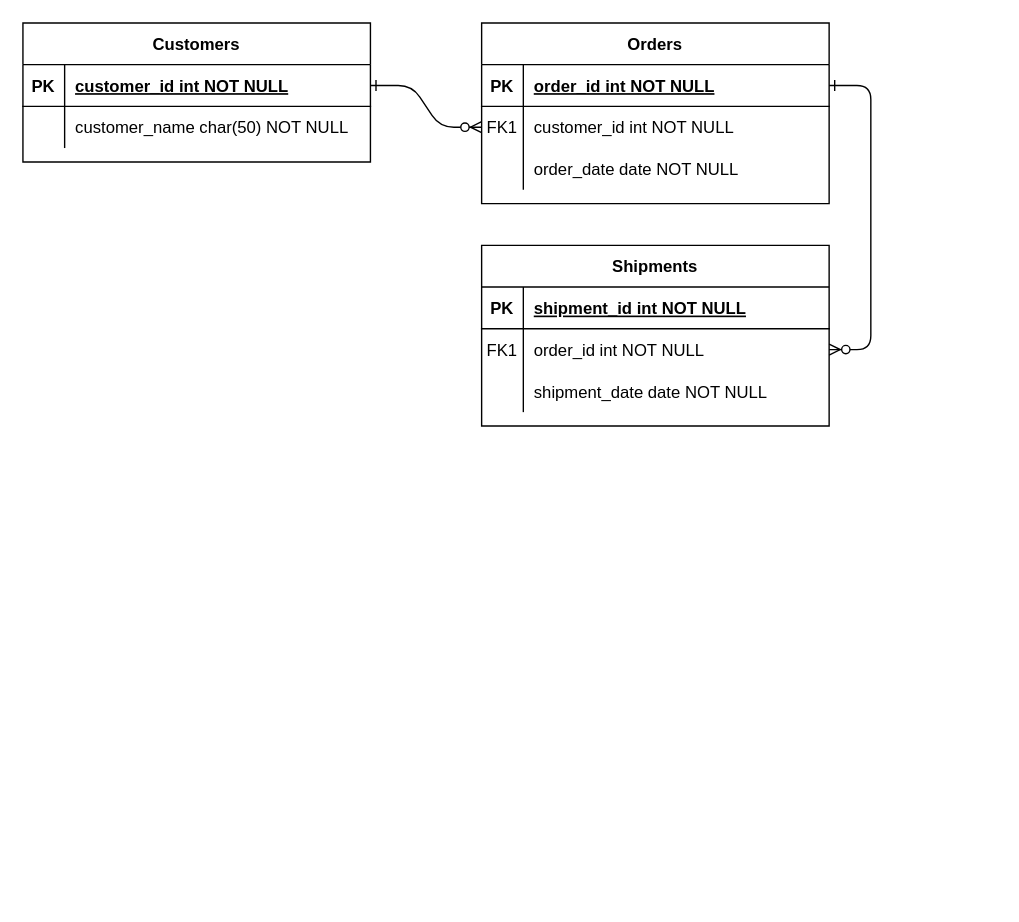
Before: edulog.drawio in kileldylan/Alx_DjangoLearnLab, a draw.io diagram. Source tidied: cells renumbered, new cells numbered last; positions are measured from the earlier drawing's top-left corner, leaving out a move shared by most shapes. Both pictures are drawn from the tidied source at 139%, with x=0, y=0 at pixel (22, 22).
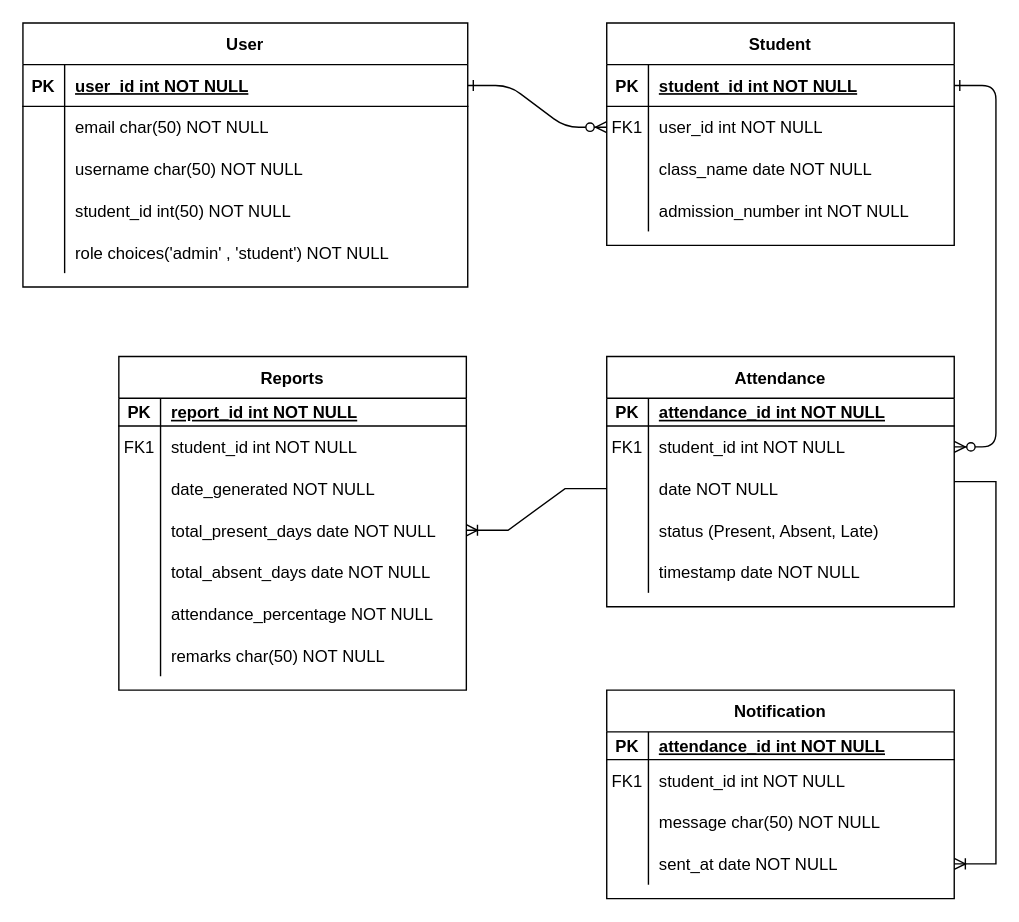
The same diagram, later.

Unchanged cells that the change refers to:
```xml
<mxCell id="5" style="shape=partialRectangle;fillColor=none;points=[[0,0.5],[1,0.5]];portConstraint=eastwest;top=0;left=0;right=0;bottom=1;" parent="4" vertex="1">
  <mxGeometry y="30" width="250" height="30" as="geometry" />
</mxCell>
<mxCell id="8" style="shape=partialRectangle;fillColor=none;points=[[0,0.5],[1,0.5]];portConstraint=eastwest;top=0;left=0;right=0;bottom=0;" parent="4" vertex="1">
  <mxGeometry y="60" width="250" height="30" as="geometry" />
</mxCell>
<mxCell id="11" style="shape=partialRectangle;fillColor=none;top=0;left=0;right=0;bottom=0;" parent="4" vertex="1">
  <mxGeometry y="90" width="250" height="30" as="geometry" />
</mxCell>
```

What changed in the source:
```diff
@@
-    <mxCell id="4" value="Orders" style="shape=table;startSize=30;childLayout=tableLayout;rowLines=0;fontStyle=1;align=center;" parent="1" vertex="1">
-      <mxGeometry x="330" width="250" height="130" as="geometry" />
+    <mxCell id="4" value="Student" style="shape=table;startSize=30;childLayout=tableLayout;rowLines=0;fontStyle=1;align=center;" parent="1" vertex="1">
+      <mxGeometry x="420" width="250" height="160" as="geometry" />
     </mxCell>
@@
-    <mxCell id="7" value="order_id int NOT NULL " style="shape=partialRectangle;overflow=hidden;fillColor=none;top=0;left=0;bottom=0;right=0;align=left;spacingLeft=6;fontStyle=5;" parent="5" vertex="1">
+    <mxCell id="7" value="student_id int NOT NULL " style="shape=partialRectangle;overflow=hidden;fillColor=none;top=0;left=0;bottom=0;right=0;align=left;spacingLeft=6;fontStyle=5;" parent="5" vertex="1">
       <mxGeometry x="30" width="220" height="30" as="geometry" />
     </mxCell>
@@
-    <mxCell id="10" value="customer_id int NOT NULL" style="shape=partialRectangle;overflow=hidden;fillColor=none;top=0;left=0;bottom=0;right=0;align=left;spacingLeft=6;" parent="8" vertex="1">
+    <mxCell id="10" value="user_id int NOT NULL" style="shape=partialRectangle;overflow=hidden;fillColor=none;top=0;left=0;bottom=0;right=0;align=left;spacingLeft=6;" parent="8" vertex="1">
       <mxGeometry x="30" width="220" height="30" as="geometry" />
     </mxCell>
@@
-    <mxCell id="13" value="order_date date NOT NULL" style="shape=partialRectangle;overflow=hidden;fillColor=none;top=0;left=0;bottom=0;right=0;align=left;spacingLeft=6;" parent="11" vertex="1">
+    <mxCell id="13" value="class_name date NOT NULL" style="shape=partialRectangle;overflow=hidden;fillColor=none;top=0;left=0;bottom=0;right=0;align=left;spacingLeft=6;" parent="11" vertex="1">
       <mxGeometry x="30" width="220" height="30" as="geometry" />
     </mxCell>
+    <mxCell id="31" style="shape=partialRectangle;fillColor=none;top=0;left=0;right=0;bottom=0;" parent="4" vertex="1">
+      <mxGeometry y="120" width="250" height="30" as="geometry" />
+    </mxCell>
+    <mxCell id="32" style="shape=partialRectangle;overflow=hidden;fillColor=none;top=0;left=0;bottom=0;right=0;" parent="31" vertex="1">
+      <mxGeometry width="30" height="30" as="geometry" />
+    </mxCell>
+    <mxCell id="33" value="admission_number int NOT NULL" style="shape=partialRectangle;overflow=hidden;fillColor=none;top=0;left=0;bottom=0;right=0;align=left;spacingLeft=6;" parent="31" vertex="1">
+      <mxGeometry x="30" width="220" height="30" as="geometry" />
+    </mxCell>
-    <mxCell id="14" value="Shipments" style="shape=table;startSize=30;childLayout=tableLayout;rowLines=0;fontStyle=1;align=center;" parent="1" vertex="1">
-      <mxGeometry x="330" y="160" width="250" height="130" as="geometry" />
+    <mxCell id="14" value="Attendance" style="shape=table;startSize=30;childLayout=tableLayout;rowLines=0;fontStyle=1;align=center;" parent="1" vertex="1">
+      <mxGeometry x="420" y="240" width="250" height="180" as="geometry" />
     </mxCell>
     <mxCell id="15" style="shape=partialRectangle;fillColor=none;top=0;left=0;right=0;bottom=1;" parent="14" vertex="1">
-      <mxGeometry y="30" width="250" height="30" as="geometry" />
+      <mxGeometry y="30" width="250" height="20" as="geometry" />
     </mxCell>
     <mxCell id="16" value="PK" style="shape=partialRectangle;overflow=hidden;fillColor=none;top=0;left=0;bottom=0;right=0;fontStyle=1;" parent="15" vertex="1">
-      <mxGeometry width="30" height="30" as="geometry" />
+      <mxGeometry width="30" height="20" as="geometry" />
     </mxCell>
-    <mxCell id="17" value="shipment_id int NOT NULL " style="shape=partialRectangle;overflow=hidden;fillColor=none;top=0;left=0;bottom=0;right=0;align=left;spacingLeft=6;fontStyle=5;" parent="15" vertex="1">
-      <mxGeometry x="30" width="220" height="30" as="geometry" />
+    <mxCell id="17" value="attendance_id int NOT NULL " style="shape=partialRectangle;overflow=hidden;fillColor=none;top=0;left=0;bottom=0;right=0;align=left;spacingLeft=6;fontStyle=5;" parent="15" vertex="1">
+      <mxGeometry x="30" width="220" height="20" as="geometry" />
     </mxCell>
     <mxCell id="18" style="shape=partialRectangle;fillColor=none;points=[[0,0.5],[1,0.5]];portConstraint=eastwest;top=0;left=0;right=0;bottom=0;" parent="14" vertex="1">
-      <mxGeometry y="60" width="250" height="30" as="geometry" />
+      <mxGeometry y="50" width="250" height="30" as="geometry" />
     </mxCell>
@@
-    <mxCell id="20" value="order_id int NOT NULL" style="shape=partialRectangle;overflow=hidden;fillColor=none;top=0;left=0;bottom=0;right=0;align=left;spacingLeft=6;" parent="18" vertex="1">
+    <mxCell id="20" value="student_id int NOT NULL" style="shape=partialRectangle;overflow=hidden;fillColor=none;top=0;left=0;bottom=0;right=0;align=left;spacingLeft=6;" parent="18" vertex="1">
       <mxGeometry x="30" width="220" height="30" as="geometry" />
     </mxCell>
     <mxCell id="21" style="shape=partialRectangle;fillColor=none;points=[[0,0.5],[1,0.5]];portConstraint=eastwest;top=0;left=0;right=0;bottom=0;" parent="14" vertex="1">
-      <mxGeometry y="90" width="250" height="30" as="geometry" />
+      <mxGeometry y="80" width="250" height="30" as="geometry" />
     </mxCell>
@@
-    <mxCell id="23" value="shipment_date date NOT NULL" style="shape=partialRectangle;overflow=hidden;fillColor=none;top=0;left=0;bottom=0;right=0;align=left;spacingLeft=6;" parent="21" vertex="1">
+    <mxCell id="23" value="date NOT NULL" style="shape=partialRectangle;overflow=hidden;fillColor=none;top=0;left=0;bottom=0;right=0;align=left;spacingLeft=6;" parent="21" vertex="1">
       <mxGeometry x="30" width="220" height="30" as="geometry" />
     </mxCell>
+    <mxCell id="34" style="shape=partialRectangle;fillColor=none;top=0;left=0;right=0;bottom=0;" parent="14" vertex="1">
+      <mxGeometry y="110" width="250" height="30" as="geometry" />
+    </mxCell>
+    <mxCell id="35" style="shape=partialRectangle;overflow=hidden;fillColor=none;top=0;left=0;bottom=0;right=0;" parent="34" vertex="1">
+      <mxGeometry width="30" height="30" as="geometry" />
+    </mxCell>
+    <mxCell id="36" value="status (Present, Absent, Late)" style="shape=partialRectangle;overflow=hidden;fillColor=none;top=0;left=0;bottom=0;right=0;align=left;spacingLeft=6;" parent="34" vertex="1">
+      <mxGeometry x="30" width="220" height="30" as="geometry" />
+    </mxCell>
+    <mxCell id="37" style="shape=partialRectangle;fillColor=none;top=0;left=0;right=0;bottom=0;" parent="14" vertex="1">
+      <mxGeometry y="140" width="250" height="30" as="geometry" />
+    </mxCell>
+    <mxCell id="38" style="shape=partialRectangle;overflow=hidden;fillColor=none;top=0;left=0;bottom=0;right=0;" parent="37" vertex="1">
+      <mxGeometry width="30" height="30" as="geometry" />
+    </mxCell>
+    <mxCell id="39" value="timestamp date NOT NULL" style="shape=partialRectangle;overflow=hidden;fillColor=none;top=0;left=0;bottom=0;right=0;align=left;spacingLeft=6;" parent="37" vertex="1">
+      <mxGeometry x="30" width="220" height="30" as="geometry" />
+    </mxCell>
-    <mxCell id="24" value="Customers" style="shape=table;startSize=30;childLayout=tableLayout;rowLines=0;fontStyle=1;align=center;" parent="1" vertex="1">
-      <mxGeometry width="250" height="100" as="geometry" />
+    <mxCell id="24" value="User" style="shape=table;startSize=30;childLayout=tableLayout;rowLines=0;fontStyle=1;align=center;" parent="1" vertex="1">
+      <mxGeometry width="320" height="190" as="geometry" />
     </mxCell>
     <mxCell id="25" style="shape=partialRectangle;fillColor=none;points=[[0,0.5],[1,0.5]];portConstraint=eastwest;top=0;left=0;right=0;bottom=1;" parent="24" vertex="1">
-      <mxGeometry y="30" width="250" height="30" as="geometry" />
+      <mxGeometry y="30" width="320" height="30" as="geometry" />
     </mxCell>
@@
-    <mxCell id="27" value="customer_id int NOT NULL " style="shape=partialRectangle;overflow=hidden;fillColor=none;top=0;left=0;bottom=0;right=0;align=left;spacingLeft=6;fontStyle=5;" parent="25" vertex="1">
-      <mxGeometry x="30" width="220" height="30" as="geometry" />
+    <mxCell id="27" value="user_id int NOT NULL " style="shape=partialRectangle;overflow=hidden;fillColor=none;top=0;left=0;bottom=0;right=0;align=left;spacingLeft=6;fontStyle=5;" parent="25" vertex="1">
+      <mxGeometry x="30" width="290" height="30" as="geometry" />
     </mxCell>
     <mxCell id="28" style="shape=partialRectangle;fillColor=none;top=0;left=0;right=0;bottom=0;" parent="24" vertex="1">
-      <mxGeometry y="60" width="250" height="30" as="geometry" />
+      <mxGeometry y="60" width="320" height="30" as="geometry" />
     </mxCell>
@@
-    <mxCell id="30" value="customer_name char(50) NOT NULL" style="shape=partialRectangle;overflow=hidden;fillColor=none;top=0;left=0;bottom=0;right=0;align=left;spacingLeft=6;" parent="28" vertex="1">
-      <mxGeometry x="30" width="220" height="30" as="geometry" />
+    <mxCell id="30" value="email char(50) NOT NULL" style="shape=partialRectangle;overflow=hidden;fillColor=none;top=0;left=0;bottom=0;right=0;align=left;spacingLeft=6;" parent="28" vertex="1">
+      <mxGeometry x="30" width="290" height="30" as="geometry" />
     </mxCell>
+    <mxCell id="40" style="shape=partialRectangle;fillColor=none;top=0;left=0;right=0;bottom=0;" parent="24" vertex="1">
+      <mxGeometry y="90" width="320" height="30" as="geometry" />
+    </mxCell>
+    <mxCell id="41" style="shape=partialRectangle;overflow=hidden;fillColor=none;top=0;left=0;bottom=0;right=0;" parent="40" vertex="1">
+      <mxGeometry width="30" height="30" as="geometry" />
+    </mxCell>
+    <mxCell id="42" value="username char(50) NOT NULL" style="shape=partialRectangle;overflow=hidden;fillColor=none;top=0;left=0;bottom=0;right=0;align=left;spacingLeft=6;" parent="40" vertex="1">
+      <mxGeometry x="30" width="290" height="30" as="geometry" />
+    </mxCell>
+    <mxCell id="43" style="shape=partialRectangle;fillColor=none;top=0;left=0;right=0;bottom=0;" parent="24" vertex="1">
+      <mxGeometry y="120" width="320" height="30" as="geometry" />
+    </mxCell>
+    <mxCell id="44" style="shape=partialRectangle;overflow=hidden;fillColor=none;top=0;left=0;bottom=0;right=0;" parent="43" vertex="1">
+      <mxGeometry width="30" height="30" as="geometry" />
+    </mxCell>
+    <mxCell id="45" value="student_id int(50) NOT NULL" style="shape=partialRectangle;overflow=hidden;fillColor=none;top=0;left=0;bottom=0;right=0;align=left;spacingLeft=6;" parent="43" vertex="1">
+      <mxGeometry x="30" width="290" height="30" as="geometry" />
+    </mxCell>
+    <mxCell id="46" style="shape=partialRectangle;fillColor=none;top=0;left=0;right=0;bottom=0;" parent="24" vertex="1">
+      <mxGeometry y="150" width="320" height="30" as="geometry" />
+    </mxCell>
+    <mxCell id="47" style="shape=partialRectangle;overflow=hidden;fillColor=none;top=0;left=0;bottom=0;right=0;" parent="46" vertex="1">
+      <mxGeometry width="30" height="30" as="geometry" />
+    </mxCell>
+    <mxCell id="48" value="role choices('admin' , 'student') NOT NULL" style="shape=partialRectangle;overflow=hidden;fillColor=none;top=0;left=0;bottom=0;right=0;align=left;spacingLeft=6;" parent="46" vertex="1">
+      <mxGeometry x="30" width="290" height="30" as="geometry" />
+    </mxCell>
+    <mxCell id="49" value="Notification" style="shape=table;startSize=30;childLayout=tableLayout;rowLines=0;fontStyle=1;align=center;" parent="1" vertex="1">
+      <mxGeometry x="420" y="480" width="250" height="150" as="geometry" />
+    </mxCell>
+    <mxCell id="50" style="shape=partialRectangle;fillColor=none;top=0;left=0;right=0;bottom=1;" parent="49" vertex="1">
+      <mxGeometry y="30" width="250" height="20" as="geometry" />
+    </mxCell>
+    <mxCell id="51" value="PK" style="shape=partialRectangle;overflow=hidden;fillColor=none;top=0;left=0;bottom=0;right=0;fontStyle=1;" parent="50" vertex="1">
+      <mxGeometry width="30" height="20" as="geometry" />
+    </mxCell>
+    <mxCell id="52" value="attendance_id int NOT NULL " style="shape=partialRectangle;overflow=hidden;fillColor=none;top=0;left=0;bottom=0;right=0;align=left;spacingLeft=6;fontStyle=5;" parent="50" vertex="1">
+      <mxGeometry x="30" width="220" height="20" as="geometry" />
+    </mxCell>
+    <mxCell id="53" style="shape=partialRectangle;fillColor=none;top=0;left=0;right=0;bottom=0;" parent="49" vertex="1">
+      <mxGeometry y="50" width="250" height="30" as="geometry" />
+    </mxCell>
+    <mxCell id="54" value="FK1" style="shape=partialRectangle;overflow=hidden;fillColor=none;top=0;left=0;bottom=0;right=0;" parent="53" vertex="1">
+      <mxGeometry width="30" height="30" as="geometry" />
+    </mxCell>
+    <mxCell id="55" value="student_id int NOT NULL" style="shape=partialRectangle;overflow=hidden;fillColor=none;top=0;left=0;bottom=0;right=0;align=left;spacingLeft=6;" parent="53" vertex="1">
+      <mxGeometry x="30" width="220" height="30" as="geometry" />
+    </mxCell>
+    <mxCell id="56" style="shape=partialRectangle;fillColor=none;top=0;left=0;right=0;bottom=0;" parent="49" vertex="1">
+      <mxGeometry y="80" width="250" height="30" as="geometry" />
+    </mxCell>
+    <mxCell id="57" style="shape=partialRectangle;overflow=hidden;fillColor=none;top=0;left=0;bottom=0;right=0;" parent="56" vertex="1">
+      <mxGeometry width="30" height="30" as="geometry" />
+    </mxCell>
+    <mxCell id="58" value="message char(50) NOT NULL" style="shape=partialRectangle;overflow=hidden;fillColor=none;top=0;left=0;bottom=0;right=0;align=left;spacingLeft=6;" parent="56" vertex="1">
+      <mxGeometry x="30" width="220" height="30" as="geometry" />
+    </mxCell>
+    <mxCell id="59" style="shape=partialRectangle;fillColor=none;points=[[0,0.5],[1,0.5]];portConstraint=eastwest;top=0;left=0;right=0;bottom=0;" parent="49" vertex="1">
+      <mxGeometry y="110" width="250" height="30" as="geometry" />
+    </mxCell>
+    <mxCell id="60" style="shape=partialRectangle;overflow=hidden;fillColor=none;top=0;left=0;bottom=0;right=0;" parent="59" vertex="1">
+      <mxGeometry width="30" height="30" as="geometry" />
+    </mxCell>
+    <mxCell id="61" value="sent_at date NOT NULL" style="shape=partialRectangle;overflow=hidden;fillColor=none;top=0;left=0;bottom=0;right=0;align=left;spacingLeft=6;" parent="59" vertex="1">
+      <mxGeometry x="30" width="220" height="30" as="geometry" />
+    </mxCell>
+    <mxCell id="62" style="edgeStyle=entityRelationEdgeStyle;fontSize=12;html=1;endArrow=ERoneToMany;rounded=0;entryX=1;entryY=0.5;entryDx=0;entryDy=0;" parent="1" edge="1" target="59">
+      <mxGeometry relative="1" as="geometry">
+        <mxPoint x="670" y="330" as="sourcePoint" />
+        <Array as="points">
+          <mxPoint x="1160" y="490" />
+        </Array>
+      </mxGeometry>
+    </mxCell>
+    <mxCell id="63" value="Reports" style="shape=table;startSize=30;childLayout=tableLayout;rowLines=0;fontStyle=1;align=center;" parent="1" vertex="1">
+      <mxGeometry x="69" y="240" width="250" height="240" as="geometry" />
+    </mxCell>
+    <mxCell id="64" style="shape=partialRectangle;fillColor=none;top=0;left=0;right=0;bottom=1;" parent="63" vertex="1">
+      <mxGeometry y="30" width="250" height="20" as="geometry" />
+    </mxCell>
+    <mxCell id="65" value="PK" style="shape=partialRectangle;overflow=hidden;fillColor=none;top=0;left=0;bottom=0;right=0;fontStyle=1;" parent="64" vertex="1">
+      <mxGeometry width="30" height="20" as="geometry" />
+    </mxCell>
+    <mxCell id="66" value="report_id int NOT NULL " style="shape=partialRectangle;overflow=hidden;fillColor=none;top=0;left=0;bottom=0;right=0;align=left;spacingLeft=6;fontStyle=5;" parent="64" vertex="1">
+      <mxGeometry x="30" width="220" height="20" as="geometry" />
+    </mxCell>
+    <mxCell id="67" style="shape=partialRectangle;fillColor=none;top=0;left=0;right=0;bottom=0;" parent="63" vertex="1">
+      <mxGeometry y="50" width="250" height="30" as="geometry" />
+    </mxCell>
+    <mxCell id="68" value="FK1" style="shape=partialRectangle;overflow=hidden;fillColor=none;top=0;left=0;bottom=0;right=0;" parent="67" vertex="1">
+      <mxGeometry width="30" height="30" as="geometry" />
+    </mxCell>
+    <mxCell id="69" value="student_id int NOT NULL" style="shape=partialRectangle;overflow=hidden;fillColor=none;top=0;left=0;bottom=0;right=0;align=left;spacingLeft=6;" parent="67" vertex="1">
+      <mxGeometry x="30" width="220" height="30" as="geometry" />
+    </mxCell>
+    <mxCell id="70" style="shape=partialRectangle;fillColor=none;top=0;left=0;right=0;bottom=0;" parent="63" vertex="1">
+      <mxGeometry y="80" width="250" height="30" as="geometry" />
+    </mxCell>
+    <mxCell id="71" style="shape=partialRectangle;overflow=hidden;fillColor=none;top=0;left=0;bottom=0;right=0;" parent="70" vertex="1">
+      <mxGeometry width="30" height="30" as="geometry" />
+    </mxCell>
+    <mxCell id="72" value="date_generated NOT NULL" style="shape=partialRectangle;overflow=hidden;fillColor=none;top=0;left=0;bottom=0;right=0;align=left;spacingLeft=6;" parent="70" vertex="1">
+      <mxGeometry x="30" width="220" height="30" as="geometry" />
+    </mxCell>
+    <mxCell id="73" style="shape=partialRectangle;fillColor=none;points=[[0,0.5],[1,0.5]];portConstraint=eastwest;top=0;left=0;right=0;bottom=0;" parent="63" vertex="1">
+      <mxGeometry y="110" width="250" height="30" as="geometry" />
+    </mxCell>
+    <mxCell id="74" style="shape=partialRectangle;overflow=hidden;fillColor=none;top=0;left=0;bottom=0;right=0;" parent="73" vertex="1">
+      <mxGeometry width="30" height="30" as="geometry" />
+    </mxCell>
+    <mxCell id="75" value="total_present_days date NOT NULL" style="shape=partialRectangle;overflow=hidden;fillColor=none;top=0;left=0;bottom=0;right=0;align=left;spacingLeft=6;" parent="73" vertex="1">
+      <mxGeometry x="30" width="220" height="30" as="geometry" />
+    </mxCell>
+    <mxCell id="76" style="shape=partialRectangle;fillColor=none;top=0;left=0;right=0;bottom=0;" parent="63" vertex="1">
+      <mxGeometry y="140" width="250" height="30" as="geometry" />
+    </mxCell>
+    <mxCell id="77" style="shape=partialRectangle;overflow=hidden;fillColor=none;top=0;left=0;bottom=0;right=0;" parent="76" vertex="1">
+      <mxGeometry width="30" height="30" as="geometry" />
+    </mxCell>
+    <mxCell id="78" value="total_absent_days date NOT NULL" style="shape=partialRectangle;overflow=hidden;fillColor=none;top=0;left=0;bottom=0;right=0;align=left;spacingLeft=6;" parent="76" vertex="1">
+      <mxGeometry x="30" width="220" height="30" as="geometry" />
+    </mxCell>
+    <mxCell id="79" style="shape=partialRectangle;fillColor=none;top=0;left=0;right=0;bottom=0;" parent="63" vertex="1">
+      <mxGeometry y="170" width="250" height="30" as="geometry" />
+    </mxCell>
+    <mxCell id="80" style="shape=partialRectangle;overflow=hidden;fillColor=none;top=0;left=0;bottom=0;right=0;" parent="79" vertex="1">
+      <mxGeometry width="30" height="30" as="geometry" />
+    </mxCell>
+    <mxCell id="81" value="attendance_percentage NOT NULL" style="shape=partialRectangle;overflow=hidden;fillColor=none;top=0;left=0;bottom=0;right=0;align=left;spacingLeft=6;" parent="79" vertex="1">
+      <mxGeometry x="30" width="220" height="30" as="geometry" />
+    </mxCell>
+    <mxCell id="82" style="shape=partialRectangle;fillColor=none;top=0;left=0;right=0;bottom=0;" parent="63" vertex="1">
+      <mxGeometry y="200" width="250" height="30" as="geometry" />
+    </mxCell>
+    <mxCell id="83" style="shape=partialRectangle;overflow=hidden;fillColor=none;top=0;left=0;bottom=0;right=0;" parent="82" vertex="1">
+      <mxGeometry width="30" height="30" as="geometry" />
+    </mxCell>
+    <mxCell id="84" value="remarks char(50) NOT NULL" style="shape=partialRectangle;overflow=hidden;fillColor=none;top=0;left=0;bottom=0;right=0;align=left;spacingLeft=6;" parent="82" vertex="1">
+      <mxGeometry x="30" width="220" height="30" as="geometry" />
+    </mxCell>
+    <mxCell id="85" style="edgeStyle=entityRelationEdgeStyle;fontSize=12;html=1;endArrow=ERoneToMany;rounded=0;entryX=1;entryY=0.5;entryDx=0;entryDy=0;exitX=0;exitY=0.5;exitDx=0;exitDy=0;" parent="1" edge="1" source="21" target="73">
+      <mxGeometry relative="1" as="geometry">
+        <Array as="points">
+          <mxPoint x="842" y="553.5" />
+          <mxPoint x="312" y="423.5" />
+        </Array>
+      </mxGeometry>
+    </mxCell>
```
